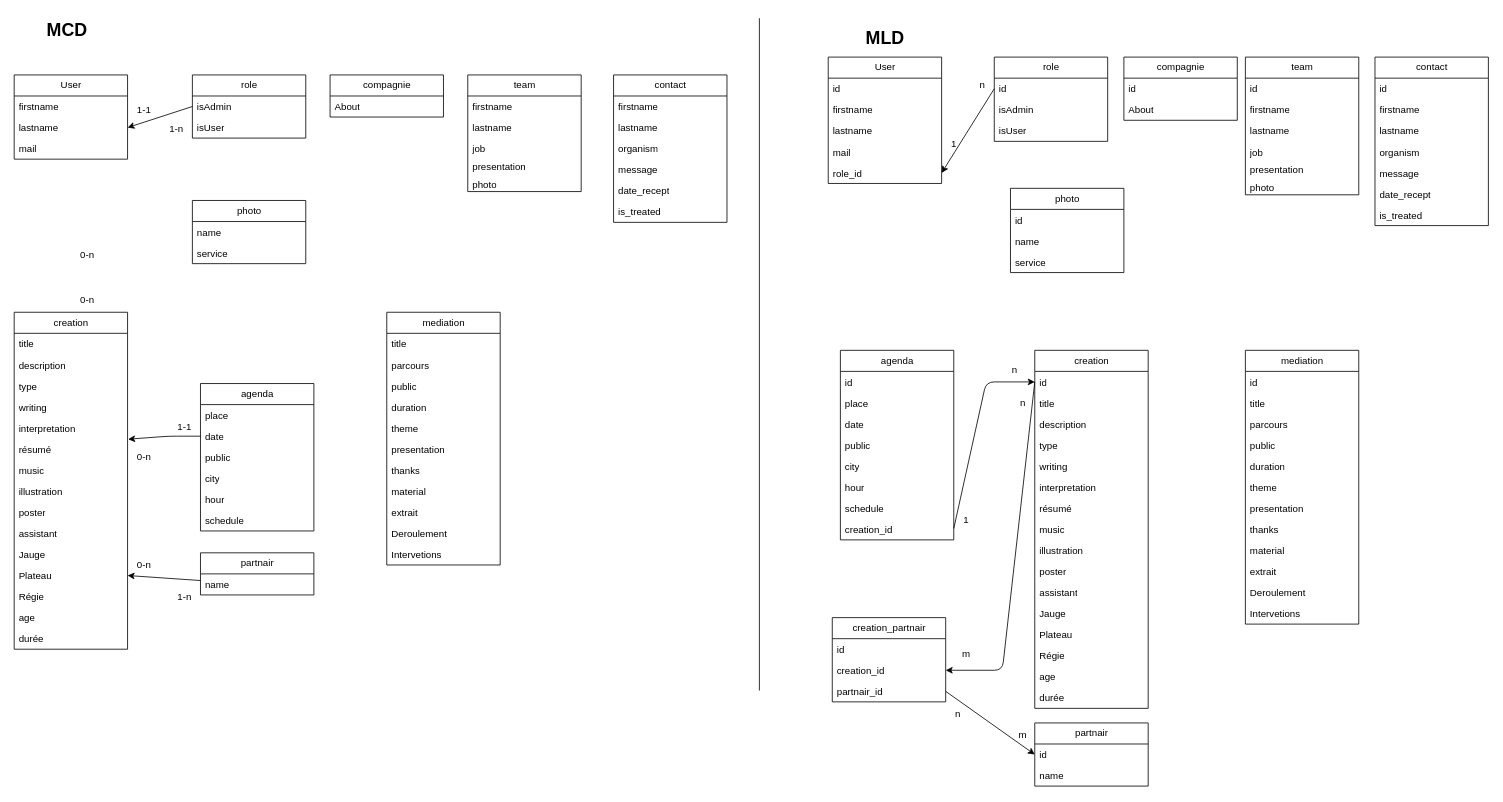
Above: modelisation.drawio in JP-Lefever/l-enclos (draw.io), before the change. Source tidied: cells renumbered, new cells numbered last; positions are measured from the earlier drawing's top-left corner, leaving out a move shared by most shapes. Both pictures are drawn from the tidied source at 81%, with x=0, y=0 at pixel (14, 14).
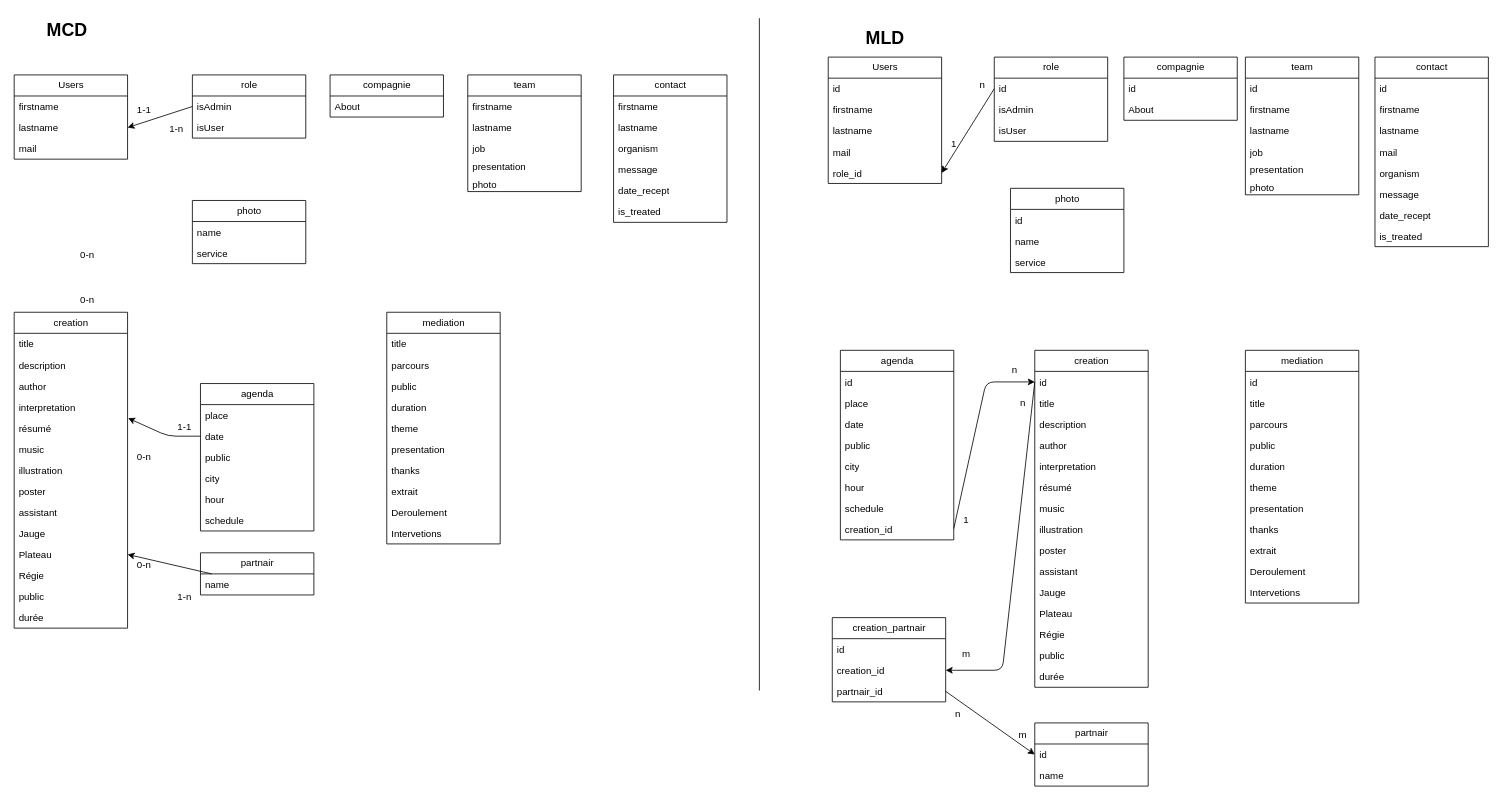
Above is the later version.

What changed in the source:
```diff
@@
-    <mxCell id="2" value="User" style="swimlane;fontStyle=0;horizontal=1;startSize=26;fillColor=none;html=1;" parent="1" vertex="1">
+    <mxCell id="2" value="Users" style="swimlane;fontStyle=0;horizontal=1;startSize=26;fillColor=none;html=1;" parent="1" vertex="1">
       <mxGeometry y="75" width="140" height="104" as="geometry" />
     </mxCell>
@@
     <mxCell id="17" value="creation" style="swimlane;fontStyle=0;horizontal=1;startSize=26;fillColor=none;html=1;" parent="1" vertex="1">
-      <mxGeometry y="368" width="140" height="416" as="geometry" />
+      <mxGeometry y="368" width="140" height="390" as="geometry" />
     </mxCell>
@@
-    <mxCell id="20" value="type" style="text;strokeColor=none;fillColor=none;align=left;verticalAlign=top;spacingLeft=4;spacingRight=4;overflow=hidden;whiteSpace=wrap;html=1;" parent="17" vertex="1">
-      <mxGeometry y="78" width="140" height="26" as="geometry" />
-    </mxCell>
-    <mxCell id="21" value="writing" style="text;strokeColor=none;fillColor=none;align=left;verticalAlign=top;spacingLeft=4;spacingRight=4;overflow=hidden;whiteSpace=wrap;html=1;" parent="17" vertex="1">
-      <mxGeometry y="104" width="140" height="26" as="geometry" />
+    <mxCell id="21" value="author" style="text;strokeColor=none;fillColor=none;align=left;verticalAlign=top;spacingLeft=4;spacingRight=4;overflow=hidden;whiteSpace=wrap;html=1;" parent="17" vertex="1">
+      <mxGeometry y="78" width="140" height="26" as="geometry" />
     </mxCell>
     <mxCell id="22" value="interpretation" style="text;strokeColor=none;fillColor=none;align=left;verticalAlign=top;spacingLeft=4;spacingRight=4;overflow=hidden;points=[[0,0.5],[1,0.5]];portConstraint=eastwest;whiteSpace=wrap;html=1;" parent="17" vertex="1">
-      <mxGeometry y="130" width="140" height="26" as="geometry" />
+      <mxGeometry y="104" width="140" height="26" as="geometry" />
     </mxCell>
     <mxCell id="23" value="résumé" style="text;strokeColor=none;fillColor=none;align=left;verticalAlign=top;spacingLeft=4;spacingRight=4;overflow=hidden;whiteSpace=wrap;html=1;" parent="17" vertex="1">
-      <mxGeometry y="156" width="140" height="26" as="geometry" />
+      <mxGeometry y="130" width="140" height="26" as="geometry" />
     </mxCell>
     <mxCell id="24" value="music" style="text;strokeColor=none;fillColor=none;align=left;verticalAlign=top;spacingLeft=4;spacingRight=4;overflow=hidden;whiteSpace=wrap;html=1;" parent="17" vertex="1">
-      <mxGeometry y="182" width="140" height="26" as="geometry" />
+      <mxGeometry y="156" width="140" height="26" as="geometry" />
     </mxCell>
     <mxCell id="25" value="illustration" style="text;strokeColor=none;fillColor=none;align=left;verticalAlign=top;spacingLeft=4;spacingRight=4;overflow=hidden;whiteSpace=wrap;html=1;" parent="17" vertex="1">
-      <mxGeometry y="208" width="140" height="26" as="geometry" />
+      <mxGeometry y="182" width="140" height="26" as="geometry" />
     </mxCell>
     <mxCell id="26" value="poster" style="text;strokeColor=none;fillColor=none;align=left;verticalAlign=top;spacingLeft=4;spacingRight=4;overflow=hidden;whiteSpace=wrap;html=1;" parent="17" vertex="1">
-      <mxGeometry y="234" width="140" height="26" as="geometry" />
+      <mxGeometry y="208" width="140" height="26" as="geometry" />
     </mxCell>
     <mxCell id="27" value="assistant" style="text;strokeColor=none;fillColor=none;align=left;verticalAlign=top;spacingLeft=4;spacingRight=4;overflow=hidden;whiteSpace=wrap;html=1;" parent="17" vertex="1">
-      <mxGeometry y="260" width="140" height="26" as="geometry" />
+      <mxGeometry y="234" width="140" height="26" as="geometry" />
     </mxCell>
     <mxCell id="28" value="Jauge" style="text;strokeColor=none;fillColor=none;align=left;verticalAlign=top;spacingLeft=4;spacingRight=4;overflow=hidden;whiteSpace=wrap;html=1;" parent="17" vertex="1">
-      <mxGeometry y="286" width="140" height="26" as="geometry" />
+      <mxGeometry y="260" width="140" height="26" as="geometry" />
     </mxCell>
     <mxCell id="29" value="Plateau" style="text;strokeColor=none;fillColor=none;align=left;verticalAlign=top;spacingLeft=4;spacingRight=4;overflow=hidden;points=[[0,0.5],[1,0.5]];portConstraint=eastwest;whiteSpace=wrap;html=1;" parent="17" vertex="1">
-      <mxGeometry y="312" width="140" height="26" as="geometry" />
+      <mxGeometry y="286" width="140" height="26" as="geometry" />
     </mxCell>
     <mxCell id="30" value="Régie" style="text;strokeColor=none;fillColor=none;align=left;verticalAlign=top;spacingLeft=4;spacingRight=4;overflow=hidden;whiteSpace=wrap;html=1;" parent="17" vertex="1">
-      <mxGeometry y="338" width="140" height="26" as="geometry" />
+      <mxGeometry y="312" width="140" height="26" as="geometry" />
     </mxCell>
-    <mxCell id="31" value="age" style="text;strokeColor=none;fillColor=none;align=left;verticalAlign=top;spacingLeft=4;spacingRight=4;overflow=hidden;whiteSpace=wrap;html=1;" parent="17" vertex="1">
-      <mxGeometry y="364" width="140" height="26" as="geometry" />
+    <mxCell id="31" value="public" style="text;strokeColor=none;fillColor=none;align=left;verticalAlign=top;spacingLeft=4;spacingRight=4;overflow=hidden;whiteSpace=wrap;html=1;" parent="17" vertex="1">
+      <mxGeometry y="338" width="140" height="26" as="geometry" />
     </mxCell>
     <mxCell id="32" value="durée" style="text;strokeColor=none;fillColor=none;align=left;verticalAlign=top;spacingLeft=4;spacingRight=4;overflow=hidden;whiteSpace=wrap;html=1;" parent="17" vertex="1">
-      <mxGeometry y="390" width="140" height="26" as="geometry" />
+      <mxGeometry y="364" width="140" height="26" as="geometry" />
     </mxCell>
@@
     <mxCell id="43" value="mediation" style="swimlane;fontStyle=0;horizontal=1;startSize=26;fillColor=none;html=1;" parent="1" vertex="1">
-      <mxGeometry x="460" y="368" width="140" height="312" as="geometry" />
+      <mxGeometry x="460" y="368" width="140" height="286" as="geometry" />
     </mxCell>
@@
-    <mxCell id="51" value="material" style="text;strokeColor=none;fillColor=none;align=left;verticalAlign=top;spacingLeft=4;spacingRight=4;overflow=hidden;whiteSpace=wrap;html=1;" parent="43" vertex="1">
-      <mxGeometry y="208" width="140" height="26" as="geometry" />
-    </mxCell>
     <mxCell id="52" value="extrait" style="text;strokeColor=none;fillColor=none;align=left;verticalAlign=top;spacingLeft=4;spacingRight=4;overflow=hidden;whiteSpace=wrap;html=1;" parent="43" vertex="1">
-      <mxGeometry y="234" width="140" height="26" as="geometry" />
+      <mxGeometry y="208" width="140" height="26" as="geometry" />
     </mxCell>
     <mxCell id="53" value="Deroulement" style="text;strokeColor=none;fillColor=none;align=left;verticalAlign=top;spacingLeft=4;spacingRight=4;overflow=hidden;whiteSpace=wrap;html=1;" parent="43" vertex="1">
-      <mxGeometry y="260" width="140" height="26" as="geometry" />
+      <mxGeometry y="234" width="140" height="26" as="geometry" />
     </mxCell>
     <mxCell id="54" value="Intervetions" style="text;strokeColor=none;fillColor=none;align=left;verticalAlign=top;spacingLeft=4;spacingRight=4;overflow=hidden;whiteSpace=wrap;html=1;" parent="43" vertex="1">
-      <mxGeometry y="286" width="140" height="26" as="geometry" />
+      <mxGeometry y="260" width="140" height="26" as="geometry" />
     </mxCell>
@@
-    <mxCell id="74" value="User" style="swimlane;fontStyle=0;horizontal=1;startSize=26;fillColor=none;html=1;" parent="1" vertex="1">
+    <mxCell id="74" value="Users" style="swimlane;fontStyle=0;horizontal=1;startSize=26;fillColor=none;html=1;" parent="1" vertex="1">
       <mxGeometry x="1005" y="53" width="140" height="156" as="geometry" />
     </mxCell>
@@
     <mxCell id="94" value="creation" style="swimlane;fontStyle=0;horizontal=1;startSize=26;fillColor=none;html=1;" parent="1" vertex="1">
-      <mxGeometry x="1260" y="415" width="140" height="442" as="geometry" />
+      <mxGeometry x="1260" y="415" width="140" height="416" as="geometry" />
     </mxCell>
@@
-    <mxCell id="98" value="type" style="text;strokeColor=none;fillColor=none;align=left;verticalAlign=top;spacingLeft=4;spacingRight=4;overflow=hidden;whiteSpace=wrap;html=1;" parent="94" vertex="1">
-      <mxGeometry y="104" width="140" height="26" as="geometry" />
-    </mxCell>
-    <mxCell id="99" value="writing" style="text;strokeColor=none;fillColor=none;align=left;verticalAlign=top;spacingLeft=4;spacingRight=4;overflow=hidden;whiteSpace=wrap;html=1;" parent="94" vertex="1">
-      <mxGeometry y="130" width="140" height="26" as="geometry" />
+    <mxCell id="99" value="author" style="text;strokeColor=none;fillColor=none;align=left;verticalAlign=top;spacingLeft=4;spacingRight=4;overflow=hidden;whiteSpace=wrap;html=1;" parent="94" vertex="1">
+      <mxGeometry y="104" width="140" height="26" as="geometry" />
     </mxCell>
     <mxCell id="100" value="interpretation" style="text;strokeColor=none;fillColor=none;align=left;verticalAlign=top;spacingLeft=4;spacingRight=4;overflow=hidden;whiteSpace=wrap;html=1;" parent="94" vertex="1">
-      <mxGeometry y="156" width="140" height="26" as="geometry" />
+      <mxGeometry y="130" width="140" height="26" as="geometry" />
     </mxCell>
     <mxCell id="101" value="résumé" style="text;strokeColor=none;fillColor=none;align=left;verticalAlign=top;spacingLeft=4;spacingRight=4;overflow=hidden;whiteSpace=wrap;html=1;" parent="94" vertex="1">
-      <mxGeometry y="182" width="140" height="26" as="geometry" />
+      <mxGeometry y="156" width="140" height="26" as="geometry" />
     </mxCell>
     <mxCell id="102" value="music" style="text;strokeColor=none;fillColor=none;align=left;verticalAlign=top;spacingLeft=4;spacingRight=4;overflow=hidden;whiteSpace=wrap;html=1;" parent="94" vertex="1">
-      <mxGeometry y="208" width="140" height="26" as="geometry" />
+      <mxGeometry y="182" width="140" height="26" as="geometry" />
     </mxCell>
     <mxCell id="103" value="illustration" style="text;strokeColor=none;fillColor=none;align=left;verticalAlign=top;spacingLeft=4;spacingRight=4;overflow=hidden;whiteSpace=wrap;html=1;" parent="94" vertex="1">
-      <mxGeometry y="234" width="140" height="26" as="geometry" />
+      <mxGeometry y="208" width="140" height="26" as="geometry" />
     </mxCell>
     <mxCell id="104" value="poster" style="text;strokeColor=none;fillColor=none;align=left;verticalAlign=top;spacingLeft=4;spacingRight=4;overflow=hidden;whiteSpace=wrap;html=1;" parent="94" vertex="1">
-      <mxGeometry y="260" width="140" height="26" as="geometry" />
+      <mxGeometry y="234" width="140" height="26" as="geometry" />
     </mxCell>
     <mxCell id="105" value="assistant" style="text;strokeColor=none;fillColor=none;align=left;verticalAlign=top;spacingLeft=4;spacingRight=4;overflow=hidden;whiteSpace=wrap;html=1;" parent="94" vertex="1">
-      <mxGeometry y="286" width="140" height="26" as="geometry" />
+      <mxGeometry y="260" width="140" height="26" as="geometry" />
     </mxCell>
     <mxCell id="106" value="Jauge" style="text;strokeColor=none;fillColor=none;align=left;verticalAlign=top;spacingLeft=4;spacingRight=4;overflow=hidden;whiteSpace=wrap;html=1;" parent="94" vertex="1">
-      <mxGeometry y="312" width="140" height="26" as="geometry" />
+      <mxGeometry y="286" width="140" height="26" as="geometry" />
     </mxCell>
     <mxCell id="107" value="Plateau" style="text;strokeColor=none;fillColor=none;align=left;verticalAlign=top;spacingLeft=4;spacingRight=4;overflow=hidden;whiteSpace=wrap;html=1;" parent="94" vertex="1">
-      <mxGeometry y="338" width="140" height="26" as="geometry" />
+      <mxGeometry y="312" width="140" height="26" as="geometry" />
     </mxCell>
     <mxCell id="108" value="Régie" style="text;strokeColor=none;fillColor=none;align=left;verticalAlign=top;spacingLeft=4;spacingRight=4;overflow=hidden;whiteSpace=wrap;html=1;" parent="94" vertex="1">
-      <mxGeometry y="364" width="140" height="26" as="geometry" />
+      <mxGeometry y="338" width="140" height="26" as="geometry" />
     </mxCell>
-    <mxCell id="109" value="age" style="text;strokeColor=none;fillColor=none;align=left;verticalAlign=top;spacingLeft=4;spacingRight=4;overflow=hidden;whiteSpace=wrap;html=1;" parent="94" vertex="1">
-      <mxGeometry y="390" width="140" height="26" as="geometry" />
+    <mxCell id="109" value="public" style="text;strokeColor=none;fillColor=none;align=left;verticalAlign=top;spacingLeft=4;spacingRight=4;overflow=hidden;whiteSpace=wrap;html=1;" parent="94" vertex="1">
+      <mxGeometry y="364" width="140" height="26" as="geometry" />
     </mxCell>
     <mxCell id="110" value="durée" style="text;strokeColor=none;fillColor=none;align=left;verticalAlign=top;spacingLeft=4;spacingRight=4;overflow=hidden;whiteSpace=wrap;html=1;" parent="94" vertex="1">
-      <mxGeometry y="416" width="140" height="26" as="geometry" />
+      <mxGeometry y="390" width="140" height="26" as="geometry" />
     </mxCell>
@@
     <mxCell id="124" value="mediation" style="swimlane;fontStyle=0;horizontal=1;startSize=26;fillColor=none;html=1;" parent="1" vertex="1">
-      <mxGeometry x="1520" y="415" width="140" height="338" as="geometry" />
+      <mxGeometry x="1520" y="415" width="140" height="312" as="geometry" />
     </mxCell>
@@
-    <mxCell id="133" value="material" style="text;strokeColor=none;fillColor=none;align=left;verticalAlign=top;spacingLeft=4;spacingRight=4;overflow=hidden;whiteSpace=wrap;html=1;" parent="124" vertex="1">
-      <mxGeometry y="234" width="140" height="26" as="geometry" />
-    </mxCell>
     <mxCell id="134" value="extrait" style="text;strokeColor=none;fillColor=none;align=left;verticalAlign=top;spacingLeft=4;spacingRight=4;overflow=hidden;whiteSpace=wrap;html=1;" parent="124" vertex="1">
-      <mxGeometry y="260" width="140" height="26" as="geometry" />
+      <mxGeometry y="234" width="140" height="26" as="geometry" />
     </mxCell>
     <mxCell id="135" value="Deroulement" style="text;strokeColor=none;fillColor=none;align=left;verticalAlign=top;spacingLeft=4;spacingRight=4;overflow=hidden;whiteSpace=wrap;html=1;" parent="124" vertex="1">
-      <mxGeometry y="286" width="140" height="26" as="geometry" />
+      <mxGeometry y="260" width="140" height="26" as="geometry" />
     </mxCell>
     <mxCell id="136" value="Intervetions" style="text;strokeColor=none;fillColor=none;align=left;verticalAlign=top;spacingLeft=4;spacingRight=4;overflow=hidden;whiteSpace=wrap;html=1;" parent="124" vertex="1">
-      <mxGeometry y="312" width="140" height="26" as="geometry" />
+      <mxGeometry y="286" width="140" height="26" as="geometry" />
     </mxCell>
     <mxCell id="137" value="contact" style="swimlane;fontStyle=0;horizontal=1;startSize=26;fillColor=none;html=1;" parent="1" vertex="1">
-      <mxGeometry x="1680" y="53" width="140" height="208" as="geometry" />
+      <mxGeometry x="1680" y="53" width="140" height="234" as="geometry" />
     </mxCell>
@@
+    <mxCell id="168" value="mail" style="text;strokeColor=none;fillColor=none;align=left;verticalAlign=top;spacingLeft=4;spacingRight=4;overflow=hidden;whiteSpace=wrap;html=1;" parent="137" vertex="1">
+      <mxGeometry y="104" width="140" height="26" as="geometry" />
+    </mxCell>
     <mxCell id="141" value="organism" style="text;strokeColor=none;fillColor=none;align=left;verticalAlign=top;spacingLeft=4;spacingRight=4;overflow=hidden;whiteSpace=wrap;html=1;" parent="137" vertex="1">
-      <mxGeometry y="104" width="140" height="26" as="geometry" />
+      <mxGeometry y="130" width="140" height="26" as="geometry" />
     </mxCell>
     <mxCell id="142" value="message" style="text;strokeColor=none;fillColor=none;align=left;verticalAlign=top;spacingLeft=4;spacingRight=4;overflow=hidden;whiteSpace=wrap;html=1;" parent="137" vertex="1">
-      <mxGeometry y="130" width="140" height="26" as="geometry" />
+      <mxGeometry y="156" width="140" height="26" as="geometry" />
     </mxCell>
     <mxCell id="143" value="date_recept" style="text;strokeColor=none;fillColor=none;align=left;verticalAlign=top;spacingLeft=4;spacingRight=4;overflow=hidden;whiteSpace=wrap;html=1;" parent="137" vertex="1">
-      <mxGeometry y="156" width="140" height="26" as="geometry" />
+      <mxGeometry y="182" width="140" height="26" as="geometry" />
     </mxCell>
     <mxCell id="144" value="is_treated" style="text;strokeColor=none;fillColor=none;align=left;verticalAlign=top;spacingLeft=4;spacingRight=4;overflow=hidden;whiteSpace=wrap;html=1;" parent="137" vertex="1">
-      <mxGeometry y="182" width="140" height="26" as="geometry" />
+      <mxGeometry y="208" width="140" height="26" as="geometry" />
     </mxCell>
```
